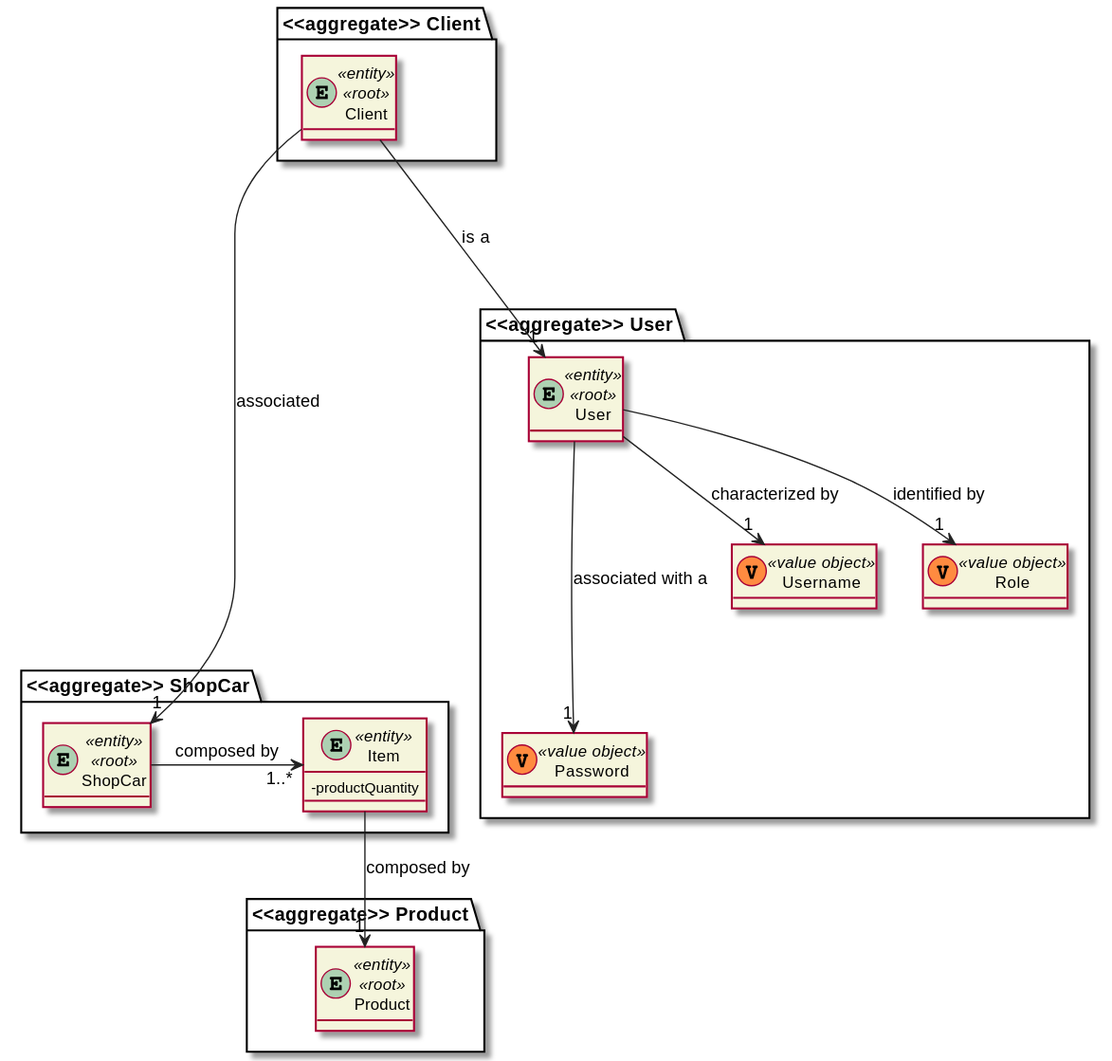
Before: docs/1201386/US1501/DM_ShoppingCart.svg, a diagram exported from PlantUML (0franciscor/lei21_22_s4_2de_01). Its diagram source:
```plantuml
@startuml

skinparam classAttributeIconSize 0
hide empty attributes
skinparam classBackgroundColor beige
skinparam ArrowColor #222222



package "<<aggregate>> Client" {
    entity Client
}

entity Client <<entity>> <<root>> {

}


entity Client <<entity>> <<root>> {

}
package "<<aggregate>> ShopCar"{
    entity ShopCar
    entity Item
}

entity ShopCar <<entity>> <<root>>{

}
entity Item <<entity>> {
    -productQuantity

}
package "<<aggregate>> Product"{
     entity Product
}

entity Product <<entity>> <<root>> {

}

package "<<aggregate>> User" {
    entity User
    class Password
    class Username
    class Role
}

entity User <<entity>> <<root>> {

}

class Password <<(V,#FF8B40) value object>> {}
class Role <<(V,#FF8B40) value object>> {}
class Username <<(V,#FF8B40) value object>> {}


User ---> "1" Password : associated with a
User --> "1" Username : characterized by
User --> "1" Role : identified by


Client -----> "1" ShopCar : associated
Client ---> "1" User : is a
Item --> "1" Product : composed by
ShopCar -> "1..*" Item : composed by


@enduml
```
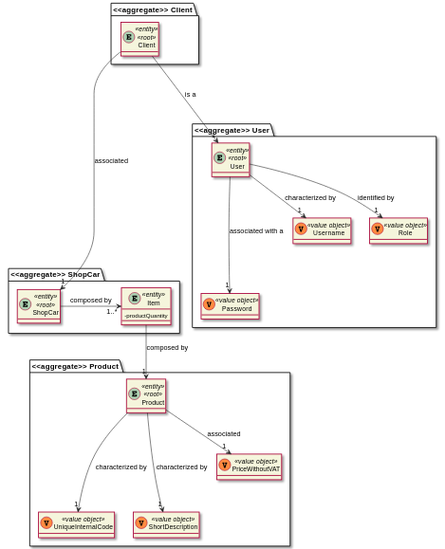
The same diagram one commit later.

Change to the diagram source:
```diff
@@ -33,6 +33,9 @@
 }
 package "<<aggregate>> Product"{
      entity Product
+     class UniqueInternalCode
+     class ShortDescription
+     class PriceWithoutVAT
 }
 
 entity Product <<entity>> <<root>> {
@@ -45,6 +48,11 @@
     class Username
     class Role
 }
+
+class UniqueInternalCode <<(V,#FF8B40) value object>> {}
+class ShortDescription <<(V,#FF8B40) value object>> {}
+class PriceWithoutVAT <<(V,#FF8B40) value object>> {}
+
 
 entity User <<entity>> <<root>> {
 
@@ -65,5 +73,9 @@
 Item --> "1" Product : composed by
 ShopCar -> "1..*" Item : composed by
 
+Product ---> "1" ShortDescription: characterized by
+Product ---> "1" UniqueInternalCode: characterized by
+Product --> "1" PriceWithoutVAT: associated
+
 
 @enduml
```
